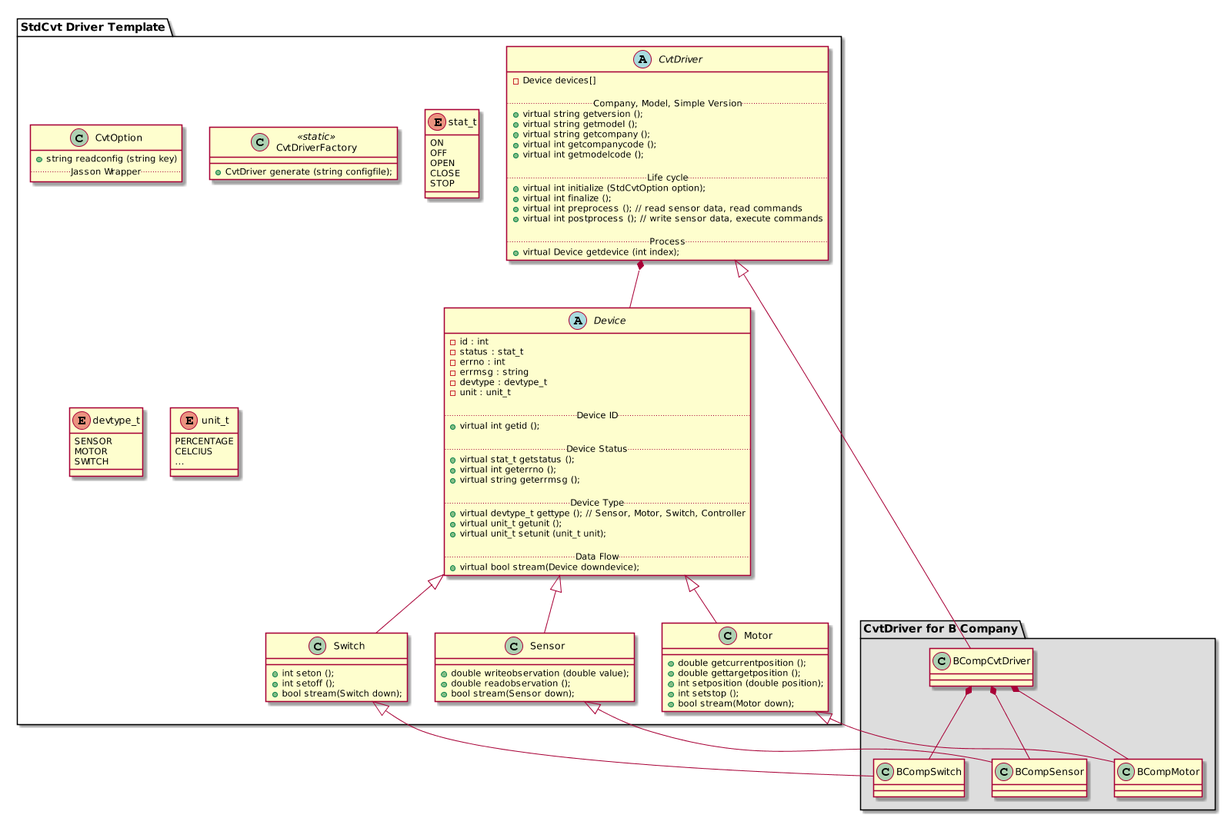
ebio-snu/stdcvt keeps this PlantUML diagram as doc/converter_class.png. Above is the earlier version. Its diagram source:
```plantuml
@startuml
scale 1920*1080

package "StdCvt Driver Template" {
    class CvtOption {
        + string readconfig (string key)
        .. Jasson Wrapper ..
    }

    class CvtDriverFactory <<static>> {
        + CvtDriver generate (string configfile);
    }

    enum stat_t {
      ON
      OFF
      OPEN
      CLOSE
      STOP
    }

    enum devtype_t {
      SENSOR
      MOTOR
      SWITCH
    }

    enum unit_t {
      PERCENTAGE
      CELCIUS
      ...
    }

    abstract class CvtDriver {
     - Device devices[]

     .. Company, Model, Simple Version ..
     + virtual string getversion ();
     + virtual string getmodel ();
     + virtual string getcompany ();
     + virtual int getcompanycode ();
     + virtual int getmodelcode ();

     .. Life cycle ..
     + virtual int initialize (StdCvtOption option);
     + virtual int finalize ();
     + virtual int preprocess (); // read sensor data, read commands
     + virtual int postprocess (); // write sensor data, execute commands

     .. Process ..
     + virtual Device getdevice (int index);
    }

    abstract class Device {
     - id : int
     - status : stat_t
     - errno : int
     - errmsg : string
     - devtype : devtype_t
     - unit : unit_t

     .. Device ID ..
     + virtual int getid ();

     .. Device Status ..
     + virtual stat_t getstatus ();
     + virtual int geterrno ();
     + virtual string geterrmsg ();

     .. Device Type ..
     + virtual devtype_t gettype (); // Sensor, Motor, Switch, Controller
     + virtual unit_t getunit ();
     + virtual unit_t setunit (unit_t unit);

     .. Data Flow ..
     + virtual bool stream(Device downdevice);
    }

    class Sensor {
     + double writeobservation (double value);
     + double readobservation ();
     + bool stream(Sensor down);
    }

    class Motor {
     + double getcurrentposition ();
     + double gettargetposition ();
     + int setposition (double position);
     + int setstop ();
     + bool stream(Motor down);
    }

    class Switch {
     + int seton ();
     + int setoff ();
     + bool stream(Switch down);
    }

    Device <|-- Sensor
    Device <|-- Motor
    Device <|-- Switch

    CvtDriver *-- Device
}

package "CvtDriver for B Company" #DDDDDD {
    class BCompCvtDriver {
    }

    CvtDriver <|-- BCompCvtDriver

    class BCompSensor {
    }

    class BCompMotor {
    }

    class BCompSwitch {
    }

    Sensor <|-- BCompSensor
    Motor <|-- BCompMotor
    Switch <|-- BCompSwitch

    BCompCvtDriver *-- BCompSensor
    BCompCvtDriver *-- BCompMotor
    BCompCvtDriver *-- BCompSwitch
}
@enduml
```
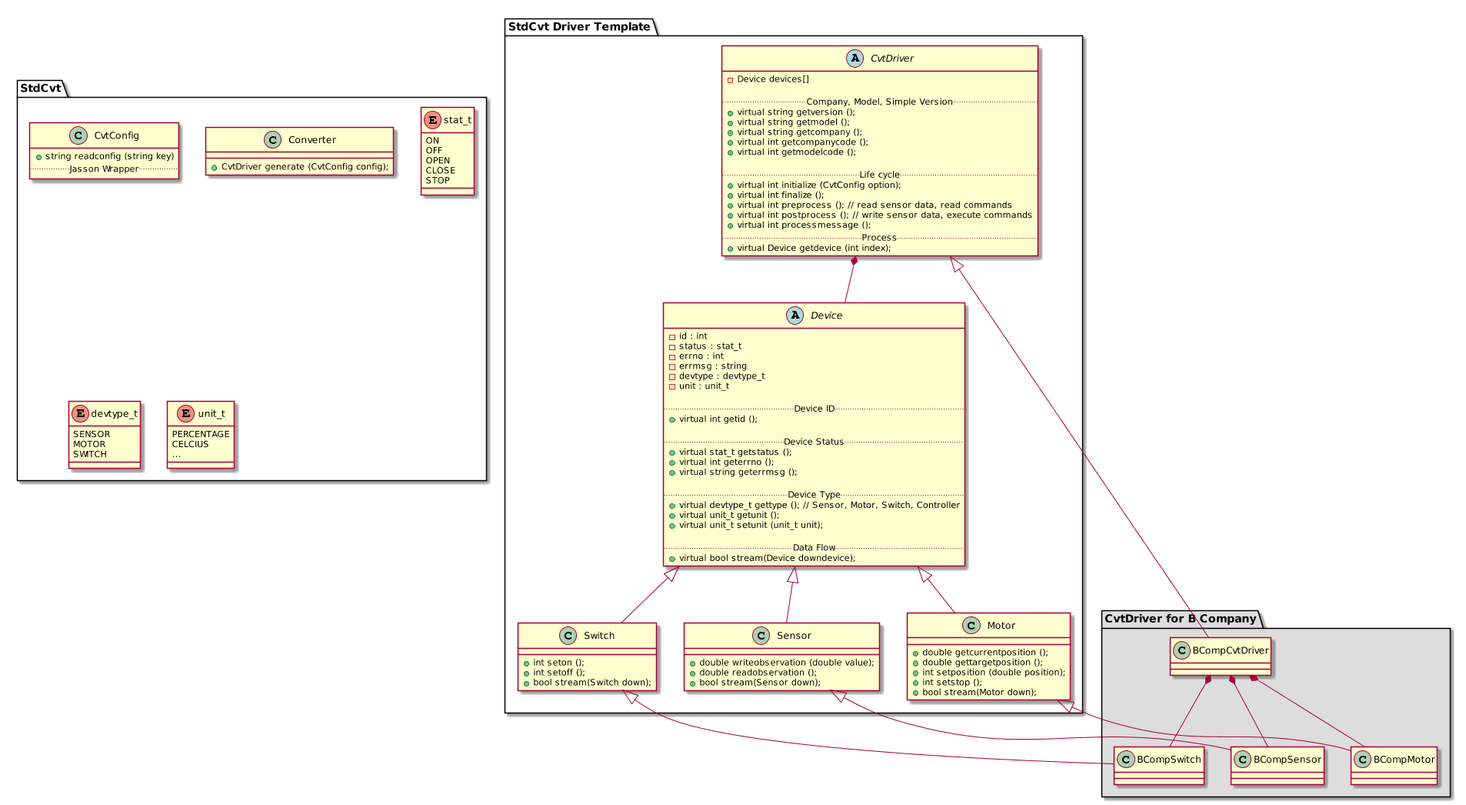
After the commit.

What changed in the source:
```diff
@@ -1,35 +1,8 @@
 @startuml
 scale 1920*1080
 
+
 package "StdCvt Driver Template" {
-    class CvtOption {
-        + string readconfig (string key)
-        .. Jasson Wrapper ..
-    }
-
-    class CvtDriverFactory <<static>> {
-        + CvtDriver generate (string configfile);
-    }
-
-    enum stat_t {
-      ON
-      OFF
-      OPEN
-      CLOSE
-      STOP
-    }
-
-    enum devtype_t {
-      SENSOR
-      MOTOR
-      SWITCH
-    }
-
-    enum unit_t {
-      PERCENTAGE
-      CELCIUS
-      ...
-    }
 
     abstract class CvtDriver {
      - Device devices[]
@@ -42,11 +15,11 @@
      + virtual int getmodelcode ();
 
      .. Life cycle ..
-     + virtual int initialize (StdCvtOption option);
+     + virtual int initialize (CvtConfig option);
      + virtual int finalize ();
      + virtual int preprocess (); // read sensor data, read commands
      + virtual int postprocess (); // write sensor data, execute commands
-
+     + virtual int processmessage ();
      .. Process ..
      + virtual Device getdevice (int index);
     }
@@ -126,4 +99,36 @@
     BCompCvtDriver *-- BCompMotor
     BCompCvtDriver *-- BCompSwitch
 }
+
+package "StdCvt" {
+    class CvtConfig{
+        + string readconfig (string key)
+        .. Jasson Wrapper ..
+    }
+
+    class Converter {
+        + CvtDriver generate (CvtConfig config);
+
+    }
+
+    enum stat_t {
+      ON
+      OFF
+      OPEN
+      CLOSE
+      STOP
+    }
+
+    enum devtype_t {
+      SENSOR
+      MOTOR
+      SWITCH
+    }
+
+    enum unit_t {
+      PERCENTAGE
+      CELCIUS
+      ...
+    }
+}
 @enduml
```
